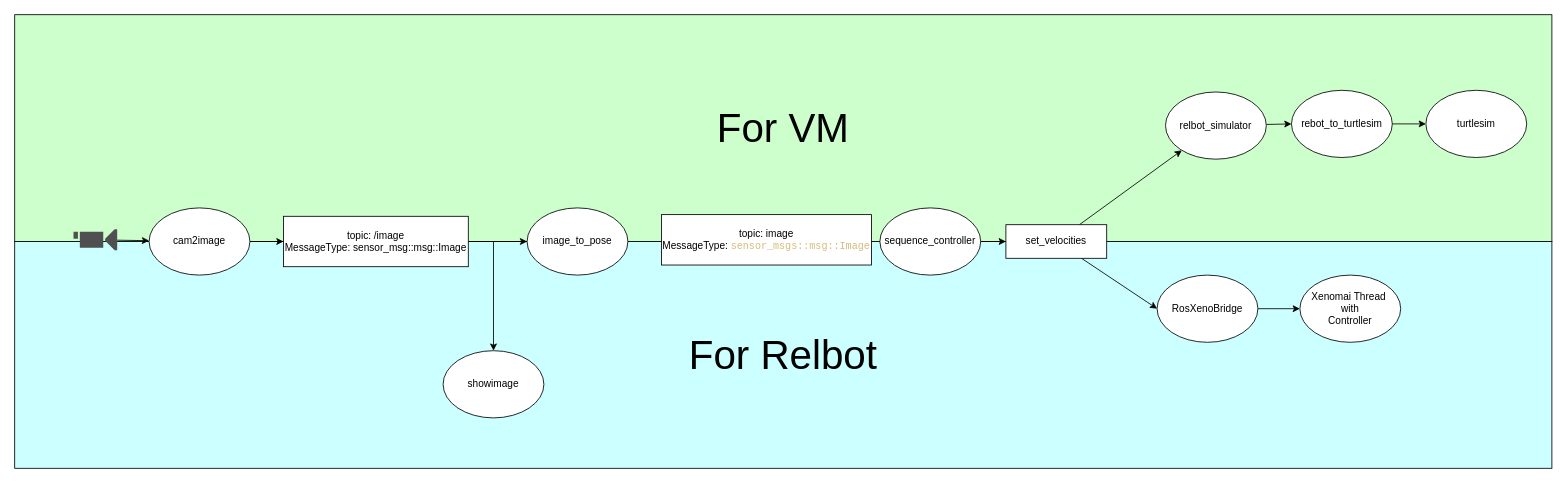
Earlier version of the draw.io diagram src/DIagram.drawio (DiogoLima03/7-SDfR-CBL-Assignment6_Repo). Source tidied: cells renumbered, new cells numbered last; positions are measured from the earlier drawing's top-left corner, leaving out a move shared by most shapes. Both pictures are drawn from the tidied source at 84%, with x=0, y=0 at pixel (14, 14).
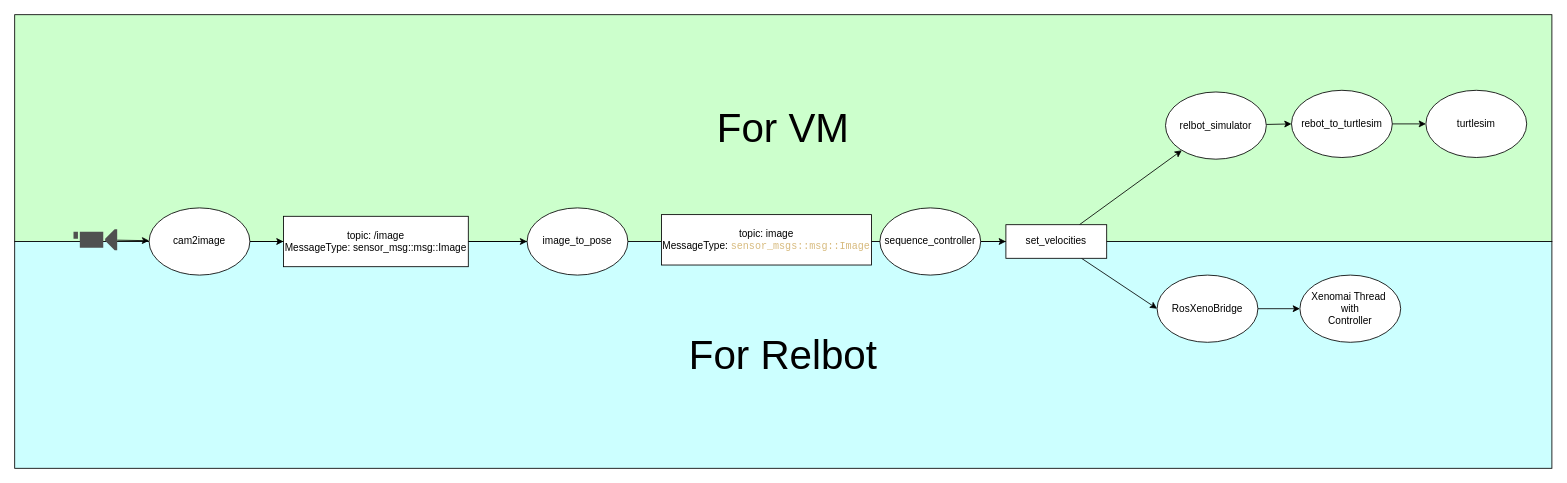
The same page after the edit.

The edit, as a diff of the source:
```diff
@@
-    <mxCell id="25" value="showimage" style="ellipse;whiteSpace=wrap;html=1;" parent="1" vertex="1">
-      <mxGeometry x="510" y="400" width="120" height="80" as="geometry" />
-    </mxCell>
-    <mxCell id="26" style="endArrow=classic;html=1;entryX=0.5;entryY=0;entryDx=0;entryDy=0;" parent="1" edge="1" target="25">
-      <mxGeometry relative="1" as="geometry">
-        <mxPoint x="570" y="270" as="sourcePoint" />
-      </mxGeometry>
-    </mxCell>
```
